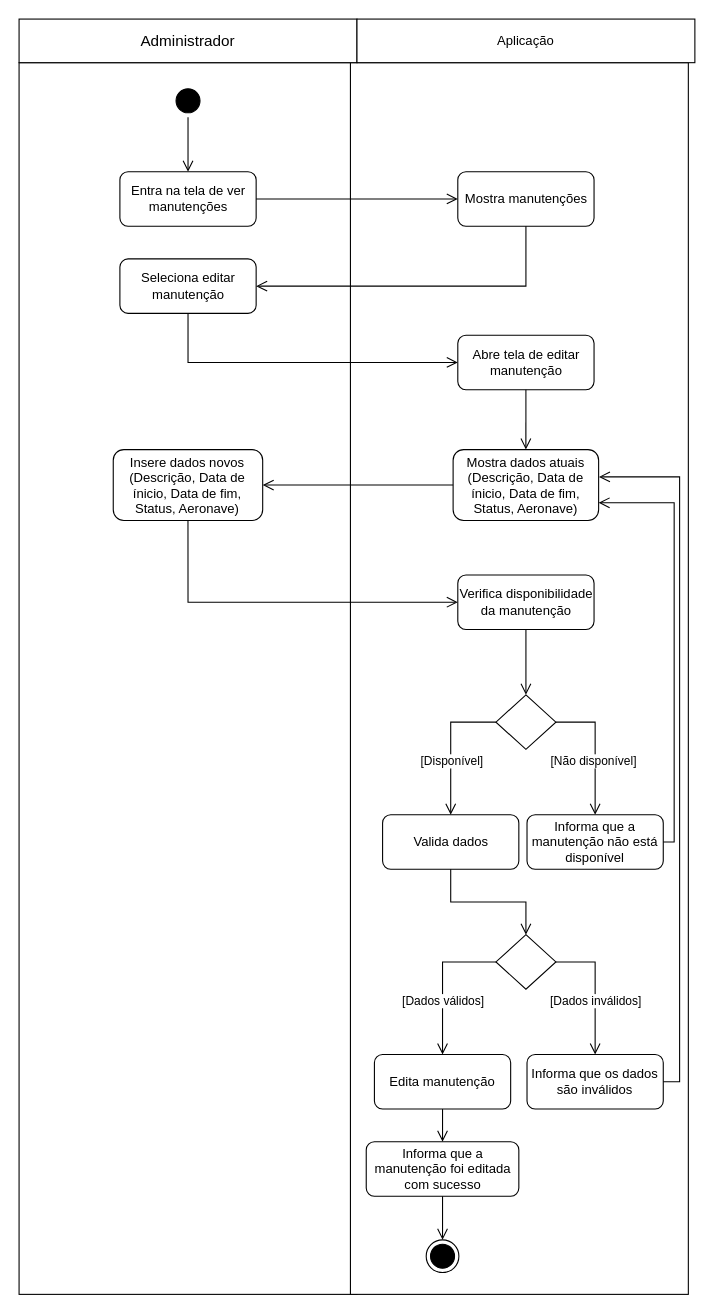
Earlier version of the draw.io diagram Diagramas/Eng_de_Software/Modelos/Atividade/Update_Manutencao.drawio (GabrielGMori/trabalho-conclus-o-ano). Source tidied: cells renumbered, new cells numbered last; positions are measured from the earlier drawing's top-left corner, leaving out a move shared by most shapes. Both pictures are drawn from the tidied source at 109%, with x=0, y=0 at pixel (19, 19).
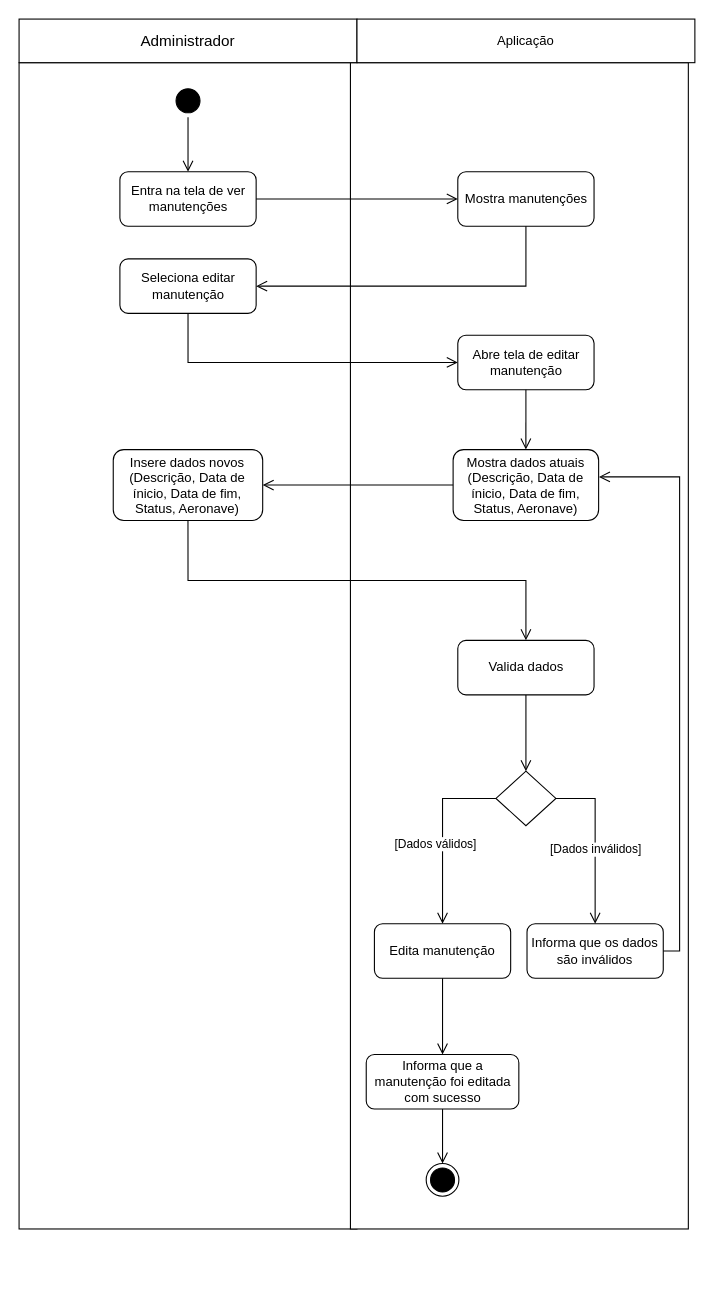
After the change.

Unchanged cells that the change refers to:
```xml
<mxCell id="9" value="Mostra dados atuais (Descrição, Data de ínicio, Data de fim, Status, Aeronave)" style="rounded=1;whiteSpace=wrap;html=1;" parent="1" vertex="1">
  <mxGeometry x="398.2" y="395" width="133.5" height="65" as="geometry" />
</mxCell>
<mxCell id="32" value="Insere dados novos (Descrição, Data de ínicio, Data de fim, Status, Aeronave)" style="rounded=1;whiteSpace=wrap;html=1;" parent="1" vertex="1">
  <mxGeometry x="86.4" y="395" width="137.1" height="65" as="geometry" />
</mxCell>
```

The edit, as a diff of the source:
```diff
@@
     <mxCell id="2" style="rounded=0;whiteSpace=wrap;html=1;" parent="1" vertex="1">
-      <mxGeometry y="40" width="310" height="1130" as="geometry" />
+      <mxGeometry y="40" width="310" height="1070" as="geometry" />
     </mxCell>
     <mxCell id="3" style="rounded=0;whiteSpace=wrap;html=1;" parent="1" vertex="1">
-      <mxGeometry x="304" y="40" width="310" height="1130" as="geometry" />
+      <mxGeometry x="304" y="40" width="310" height="1070" as="geometry" />
     </mxCell>
@@
     <mxCell id="11" value="Valida dados" style="rounded=1;whiteSpace=wrap;html=1;" parent="1" vertex="1">
-      <mxGeometry x="333.5" y="730" width="125" height="50" as="geometry" />
+      <mxGeometry x="402.5" y="570" width="125" height="50" as="geometry" />
     </mxCell>
-    <mxCell id="12" style="edgeStyle=orthogonalEdgeStyle;html=1;verticalAlign=bottom;endArrow=open;endSize=8;strokeColor=#000000;rounded=0;entryX=0;entryY=0.5;entryDx=0;entryDy=0;exitX=0.5;exitY=1;exitDx=0;exitDy=0;" parent="1" edge="1" source="32" target="38">
+    <mxCell id="12" style="edgeStyle=orthogonalEdgeStyle;html=1;verticalAlign=bottom;endArrow=open;endSize=8;strokeColor=#000000;rounded=0;entryX=0.5;entryY=0;entryDx=0;entryDy=0;exitX=0.5;exitY=1;exitDx=0;exitDy=0;" parent="1" edge="1" source="32" target="11">
       <mxGeometry relative="1" as="geometry" />
     </mxCell>
     <mxCell id="13" style="rhombus;whiteSpace=wrap;html=1;" parent="1" vertex="1">
-      <mxGeometry x="437.5" y="840" width="55" height="50" as="geometry" />
+      <mxGeometry x="437.5" y="690" width="55" height="50" as="geometry" />
     </mxCell>
     <mxCell id="14" value="Informa que os dados são inválidos" style="rounded=1;whiteSpace=wrap;html=1;" parent="1" vertex="1">
-      <mxGeometry x="466" y="950" width="125" height="50" as="geometry" />
+      <mxGeometry x="466" y="830" width="125" height="50" as="geometry" />
     </mxCell>
@@
     <mxCell id="17" style="edgeStyle=orthogonalEdgeStyle;html=1;verticalAlign=bottom;endArrow=open;endSize=8;strokeColor=#000000;rounded=0;exitX=1;exitY=0.5;exitDx=0;exitDy=0;" parent="1" edge="1" source="14">
       <mxGeometry relative="1" as="geometry">
         <mxPoint x="532" y="420" as="targetPoint" />
         <Array as="points">
-          <mxPoint x="606" y="975" />
+          <mxPoint x="606" y="855" />
           <mxPoint x="606" y="420" />
         </Array>
       </mxGeometry>
     </mxCell>
     <mxCell id="18" value="Edita manutenção" style="rounded=1;whiteSpace=wrap;html=1;" parent="1" vertex="1">
-      <mxGeometry x="326" y="950" width="125" height="50" as="geometry" />
+      <mxGeometry x="326" y="830" width="125" height="50" as="geometry" />
     </mxCell>
     <mxCell id="19" value="&lt;div&gt;Informa que a manutenção&lt;span style=&quot;background-color: initial;&quot;&gt;&amp;nbsp;foi editada com sucesso&lt;/span&gt;&lt;/div&gt;" style="rounded=1;whiteSpace=wrap;html=1;" parent="1" vertex="1">
-      <mxGeometry x="318.5" y="1030" width="140" height="50" as="geometry" />
+      <mxGeometry x="318.5" y="950" width="140" height="50" as="geometry" />
     </mxCell>
@@
     <mxCell id="23" style="ellipse;html=1;shape=endState;fillColor=#000000;strokeColor=#000000;" parent="1" vertex="1">
-      <mxGeometry x="373.5" y="1120" width="30" height="30" as="geometry" />
+      <mxGeometry x="373.5" y="1050" width="30" height="30" as="geometry" />
     </mxCell>
@@
-    <mxCell id="33" style="rhombus;whiteSpace=wrap;html=1;" parent="1" vertex="1">
-      <mxGeometry x="437.5" y="620" width="55" height="50" as="geometry" />
-    </mxCell>
-    <mxCell id="34" style="edgeStyle=orthogonalEdgeStyle;html=1;verticalAlign=bottom;endArrow=open;endSize=8;strokeColor=#000000;rounded=0;entryX=0.5;entryY=0;entryDx=0;entryDy=0;exitX=0;exitY=0.5;exitDx=0;exitDy=0;" parent="1" edge="1" source="33" target="11">
-      <mxGeometry relative="1" as="geometry" />
-    </mxCell>
-    <mxCell id="35" value="[Disponível]" style="edgeLabel;html=1;align=center;verticalAlign=middle;" parent="34" vertex="1">
-      <mxGeometry x="-0.35" y="-2" relative="1" as="geometry">
-        <mxPoint y="37" as="offset" />
-      </mxGeometry>
-    </mxCell>
@@
-    <mxCell id="37" style="edgeStyle=orthogonalEdgeStyle;html=1;verticalAlign=bottom;endArrow=open;endSize=8;strokeColor=#000000;rounded=0;entryX=0.5;entryY=0;entryDx=0;entryDy=0;exitX=1;exitY=0.5;exitDx=0;exitDy=0;" parent="1" edge="1" source="33" target="41">
-      <mxGeometry relative="1" as="geometry">
-        <Array as="points">
-          <mxPoint x="528" y="645" />
-        </Array>
-      </mxGeometry>
-    </mxCell>
-    <mxCell id="38" value="Verifica disponibilidade da manutenção" style="rounded=1;whiteSpace=wrap;html=1;" parent="1" vertex="1">
-      <mxGeometry x="402.5" y="510" width="125" height="50" as="geometry" />
-    </mxCell>
-    <mxCell id="39" value="[Não disponível]" style="edgeLabel;html=1;align=center;verticalAlign=middle;" parent="1" vertex="1">
-      <mxGeometry x="526" y="680" as="geometry" />
-    </mxCell>
-    <mxCell id="40" style="edgeStyle=orthogonalEdgeStyle;html=1;verticalAlign=bottom;endArrow=open;endSize=8;strokeColor=#000000;rounded=0;exitX=0.5;exitY=1;exitDx=0;exitDy=0;entryX=0.5;entryY=0;entryDx=0;entryDy=0;" parent="1" edge="1" source="38" target="33">
-      <mxGeometry relative="1" as="geometry" />
-    </mxCell>
-    <mxCell id="41" value="Informa que a manutenção não está disponível" style="rounded=1;whiteSpace=wrap;html=1;" parent="1" vertex="1">
-      <mxGeometry x="466" y="730" width="125" height="50" as="geometry" />
-    </mxCell>
-    <mxCell id="42" style="edgeStyle=orthogonalEdgeStyle;html=1;verticalAlign=bottom;endArrow=open;endSize=8;strokeColor=#000000;rounded=0;exitX=1;exitY=0.5;exitDx=0;exitDy=0;entryX=1;entryY=0.75;entryDx=0;entryDy=0;" parent="1" edge="1" source="41" target="9">
-      <mxGeometry relative="1" as="geometry" />
-    </mxCell>
```
